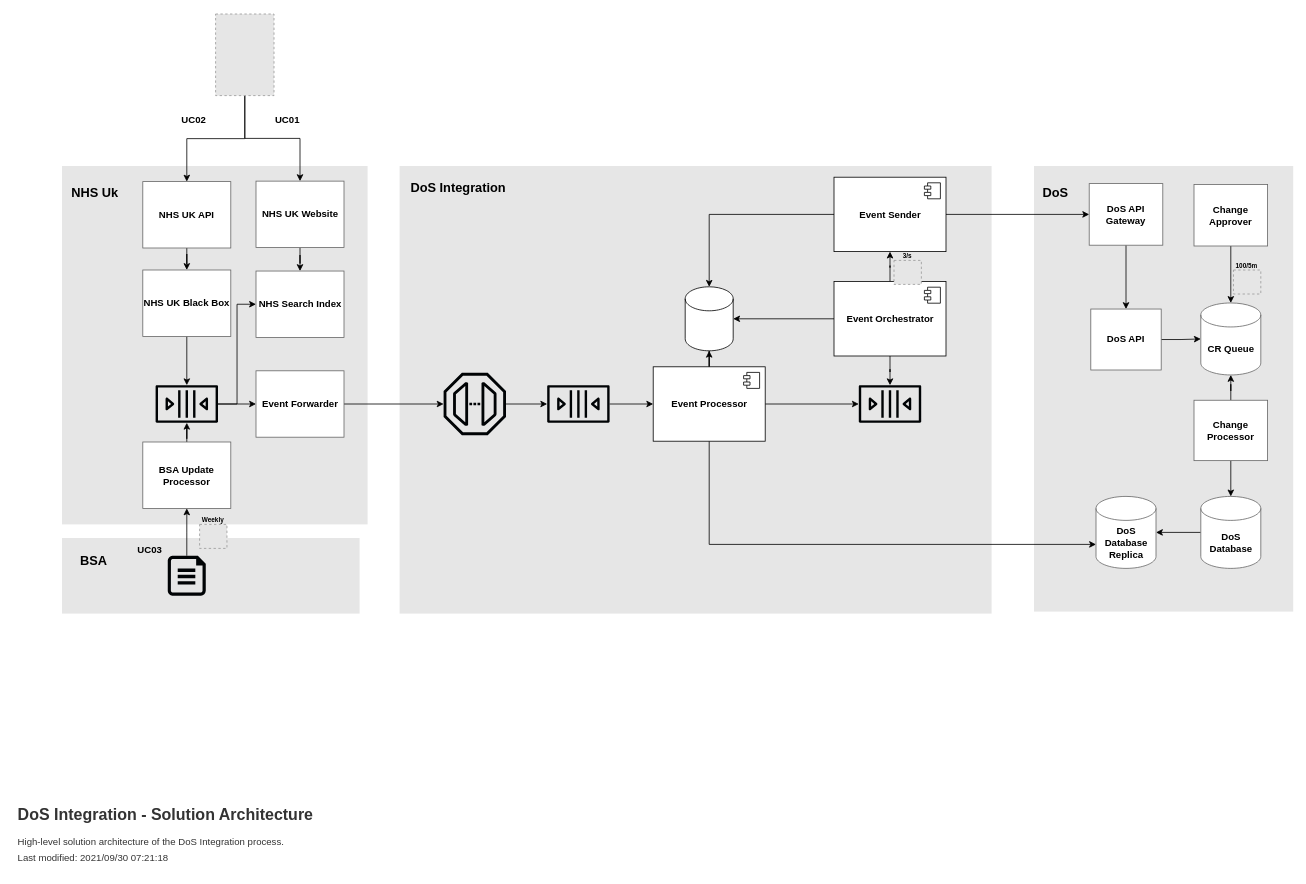
nhsd-exeter/dos-integration keeps this draw.io diagram as page "Solution Architecture" (2 of 6) of documentation/diagrams/DoS Integration.drawio. Above is the earlier version. Source tidied: cells renumbered, new cells numbered last; positions are measured from the earlier drawing's top-left corner, leaving out a move shared by most shapes. Both pictures are drawn from the tidied source at 80%, with x=0, y=0 at pixel (14, 14). Pictures stored in the file or linked from it are replaced by grey dashed boxes.
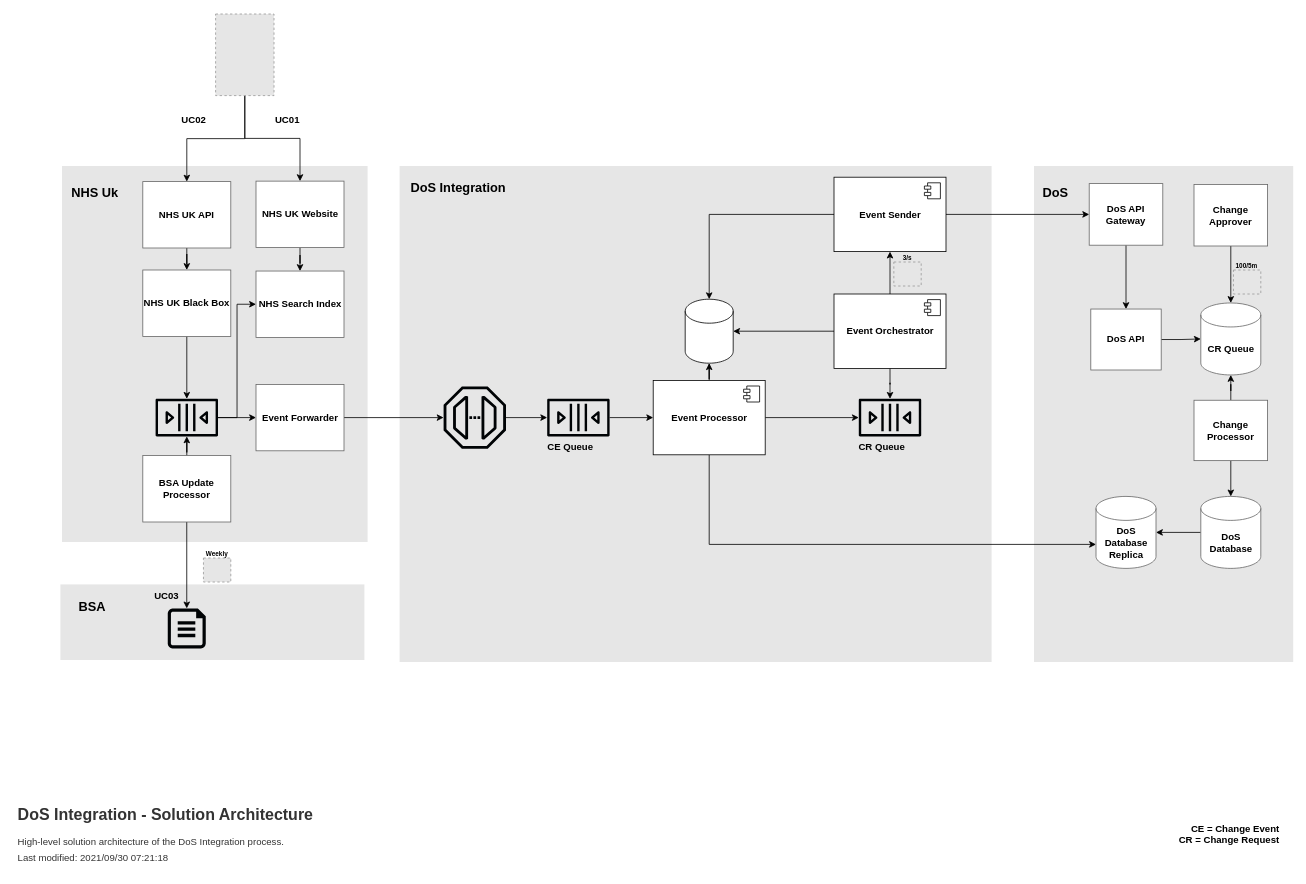
After the change.

What changed in the source:
```diff
@@
     <mxCell id="3" style="rounded=0;whiteSpace=wrap;html=1;fillColor=#E6E6E6;dashed=1;strokeColor=none;" parent="1" vertex="1">
-      <mxGeometry x="482" y="190" width="740" height="559.5" as="geometry" />
+      <mxGeometry x="482" y="190" width="740" height="620" as="geometry" />
     </mxCell>
     <mxCell id="4" style="rounded=0;whiteSpace=wrap;html=1;fillColor=#E6E6E6;dashed=1;strokeColor=none;" parent="1" vertex="1">
-      <mxGeometry x="60" y="190" width="382" height="448" as="geometry" />
+      <mxGeometry x="60" y="190" width="382" height="470" as="geometry" />
     </mxCell>
     <mxCell id="5" style="rounded=0;whiteSpace=wrap;html=1;fillColor=#E6E6E6;dashed=1;strokeColor=none;" parent="1" vertex="1">
-      <mxGeometry x="1275" y="190" width="324" height="557" as="geometry" />
+      <mxGeometry x="1275" y="190" width="324" height="620" as="geometry" />
     </mxCell>
@@
     <mxCell id="35" style="rounded=0;whiteSpace=wrap;html=1;fillColor=#E6E6E6;dashed=1;strokeColor=none;" parent="1" vertex="1">
-      <mxGeometry x="60" y="655" width="372" height="94.5" as="geometry" />
+      <mxGeometry x="58" y="713" width="380" height="94.5" as="geometry" />
     </mxCell>
     <mxCell id="36" value="BSA" style="text;html=1;strokeColor=none;fillColor=none;align=left;verticalAlign=middle;whiteSpace=wrap;rounded=0;fontStyle=1;fontSize=16;" parent="1" vertex="1">
-      <mxGeometry x="81" y="672.9" width="200" height="20" as="geometry" />
+      <mxGeometry x="79" y="730.9" width="200" height="20" as="geometry" />
     </mxCell>
@@
     <mxCell id="40" value="Event Processor" style="html=1;fillColor=#FFFFFF;fontStyle=1;" parent="1" vertex="1">
-      <mxGeometry x="799" y="441" width="140" height="93" as="geometry" />
+      <mxGeometry x="799" y="458" width="140" height="93" as="geometry" />
     </mxCell>
@@
     <mxCell id="45" value="Event Orchestrator" style="html=1;fillColor=#FFFFFF;fontStyle=1;" parent="1" vertex="1">
-      <mxGeometry x="1025" y="334.5" width="140" height="93" as="geometry" />
+      <mxGeometry x="1025" y="350" width="140" height="93" as="geometry" />
     </mxCell>
@@
     <mxCell id="51" style="shape=cylinder3;whiteSpace=wrap;html=1;boundedLbl=1;backgroundOutline=1;size=15;fillColor=#FFFFFF;" parent="1" vertex="1">
-      <mxGeometry x="839" y="341" width="60" height="80" as="geometry" />
+      <mxGeometry x="839" y="356.5" width="60" height="80" as="geometry" />
     </mxCell>
@@
     <mxCell id="53" style="sketch=0;outlineConnect=0;fontColor=#232F3E;gradientColor=none;fillColor=#000305;strokeColor=none;dashed=0;verticalLabelPosition=bottom;verticalAlign=top;align=center;html=1;fontSize=12;fontStyle=0;shape=mxgraph.aws4.queue;" parent="1" vertex="1">
-      <mxGeometry x="666.5" y="464" width="78" height="47" as="geometry" />
+      <mxGeometry x="666.5" y="481" width="78" height="47" as="geometry" />
     </mxCell>
     <mxCell id="54" style="sketch=0;outlineConnect=0;fontColor=#232F3E;gradientColor=none;fillColor=#000305;strokeColor=none;dashed=0;verticalLabelPosition=bottom;verticalAlign=top;align=center;html=1;fontSize=12;fontStyle=0;shape=mxgraph.aws4.queue;" parent="1" vertex="1">
-      <mxGeometry x="1056" y="464" width="78" height="47" as="geometry" />
+      <mxGeometry x="1056" y="481" width="78" height="47" as="geometry" />
     </mxCell>
@@
     <mxCell id="56" style="sketch=0;outlineConnect=0;fontColor=#232F3E;gradientColor=none;fillColor=#000305;strokeColor=none;dashed=0;verticalLabelPosition=bottom;verticalAlign=top;align=center;html=1;fontSize=12;fontStyle=0;shape=mxgraph.aws4.endpoint;" parent="1" vertex="1">
-      <mxGeometry x="537" y="448.5" width="78" height="78" as="geometry" />
+      <mxGeometry x="537" y="465.5" width="78" height="78" as="geometry" />
     </mxCell>
@@
     <mxCell id="58" value="Event Forwarder" style="rounded=0;whiteSpace=wrap;html=1;fillColor=#FFFFFF;strokeColor=#666666;labelBackgroundColor=none;fontStyle=1;" parent="1" vertex="1">
-      <mxGeometry x="302.5" y="446" width="110" height="83" as="geometry" />
+      <mxGeometry x="302.5" y="463" width="110" height="83" as="geometry" />
     </mxCell>
@@
     <mxCell id="61" style="sketch=0;outlineConnect=0;fontColor=#232F3E;gradientColor=none;fillColor=#000305;strokeColor=none;dashed=0;verticalLabelPosition=bottom;verticalAlign=top;align=center;html=1;fontSize=12;fontStyle=0;shape=mxgraph.aws4.queue;" parent="1" vertex="1">
-      <mxGeometry x="177" y="464" width="78" height="47" as="geometry" />
+      <mxGeometry x="177" y="481" width="78" height="47" as="geometry" />
     </mxCell>
-    <mxCell id="62" style="edgeStyle=orthogonalEdgeStyle;rounded=0;jettySize=auto;html=1;" parent="1" edge="1" source="63" target="68">
-      <mxGeometry relative="1" as="geometry" />
-    </mxCell>
     <mxCell id="63" style="verticalLabelPosition=bottom;html=1;verticalAlign=top;align=center;strokeColor=none;fillColor=#000305;shape=mxgraph.azure.cloud_services_configuration_file;" parent="1" vertex="1">
-      <mxGeometry x="192.2" y="677.2" width="47.5" height="50" as="geometry" />
+      <mxGeometry x="192.2" y="743" width="47.5" height="50" as="geometry" />
     </mxCell>
@@
     <mxCell id="66" value="UC03" style="text;html=1;strokeColor=none;fillColor=none;align=center;verticalAlign=middle;whiteSpace=wrap;rounded=0;fontStyle=1;" parent="1" vertex="1">
-      <mxGeometry x="140" y="655" width="60" height="30" as="geometry" />
+      <mxGeometry x="161" y="713" width="60" height="30" as="geometry" />
     </mxCell>
@@
+    <mxCell id="75" style="edgeStyle=orthogonalEdgeStyle;rounded=0;jettySize=auto;html=1;startArrow=none;startFill=0;endArrow=classic;endFill=1;fillColor=#C7C7C7;entryX=0.5;entryY=0;entryDx=0;entryDy=0;entryPerimeter=0;" parent="1" edge="1" source="68" target="63">
+      <mxGeometry relative="1" as="geometry" />
+    </mxCell>
     <mxCell id="68" value="BSA Update Processor" style="rounded=0;whiteSpace=wrap;html=1;fillColor=#FFFFFF;strokeColor=#666666;labelBackgroundColor=none;fontStyle=1;" parent="1" vertex="1">
-      <mxGeometry x="161" y="535" width="110" height="83" as="geometry" />
+      <mxGeometry x="161" y="552" width="110" height="83" as="geometry" />
     </mxCell>
     <mxCell id="69" style="group;" parent="1" vertex="1">
-      <mxGeometry x="232" y="628" width="34.2" height="40" as="geometry" />
+      <mxGeometry x="236.8" y="670" width="34.2" height="40" as="geometry" />
     </mxCell>
@@
     <mxCell id="72" style="group;" parent="1" vertex="1">
-      <mxGeometry x="1100" y="298" width="34.2" height="40" as="geometry" />
+      <mxGeometry x="1099.8" y="300" width="34.2" height="40" as="geometry" />
     </mxCell>
@@
+    <mxCell id="76" value="&lt;span style=&quot;color: rgb(0, 0, 0); font-family: Helvetica; font-size: 12px; font-style: normal; font-variant-ligatures: normal; font-variant-caps: normal; font-weight: 700; letter-spacing: normal; orphans: 2; text-indent: 0px; text-transform: none; widows: 2; word-spacing: 0px; -webkit-text-stroke-width: 0px; text-decoration-thickness: initial; text-decoration-style: initial; text-decoration-color: initial; float: none; display: inline !important;&quot;&gt;CE Queue&lt;/span&gt;" style="text;whiteSpace=wrap;html=1;align=left;" parent="1" vertex="1">
+      <mxGeometry x="664.5" y="528" width="80" height="30" as="geometry" />
+    </mxCell>
+    <mxCell id="77" value="&lt;span style=&quot;color: rgb(0, 0, 0); font-family: Helvetica; font-size: 12px; font-style: normal; font-variant-ligatures: normal; font-variant-caps: normal; font-weight: 700; letter-spacing: normal; orphans: 2; text-indent: 0px; text-transform: none; widows: 2; word-spacing: 0px; -webkit-text-stroke-width: 0px; text-decoration-thickness: initial; text-decoration-style: initial; text-decoration-color: initial; float: none; display: inline !important;&quot;&gt;CR Queue&lt;/span&gt;" style="text;whiteSpace=wrap;html=1;align=left;" parent="1" vertex="1">
+      <mxGeometry x="1054" y="528" width="80" height="30" as="geometry" />
+    </mxCell>
+    <mxCell id="78" value="&lt;span style=&quot;color: rgb(0, 0, 0); font-family: Helvetica; font-size: 12px; font-style: normal; font-variant-ligatures: normal; font-variant-caps: normal; font-weight: 700; letter-spacing: normal; orphans: 2; text-indent: 0px; text-transform: none; widows: 2; word-spacing: 0px; -webkit-text-stroke-width: 0px; text-decoration-thickness: initial; text-decoration-style: initial; text-decoration-color: initial; float: none; display: inline !important;&quot;&gt;CE = Change Event&lt;br&gt;CR = Change Request&lt;br&gt;&lt;/span&gt;" style="text;whiteSpace=wrap;html=1;align=right;" parent="1" vertex="1">
+      <mxGeometry x="1434" y="1005" width="150" height="40" as="geometry" />
+    </mxCell>
```
